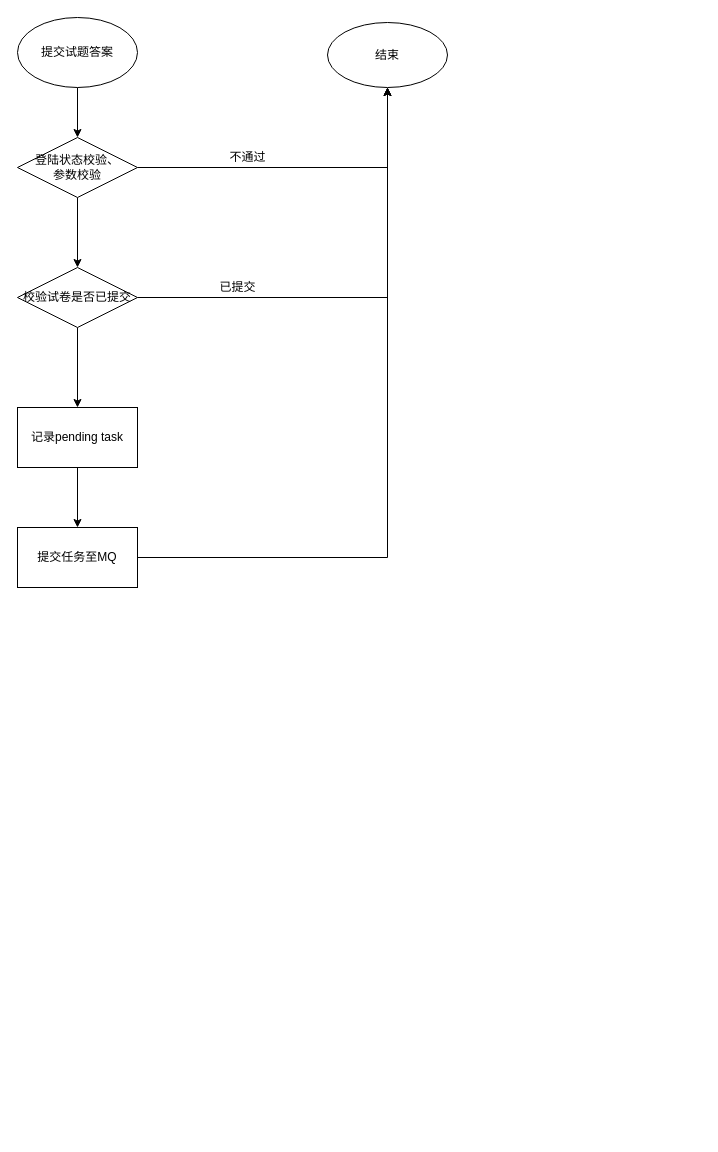
This is 新提交答案.drawio from zhaoShuang1/demo, a draw.io file, before an edit. Source tidied: cells renumbered, new cells numbered last; positions are measured from the earlier drawing's top-left corner, leaving out a move shared by most shapes. Both pictures are drawn from the tidied source at 100%, with x=0, y=0 at pixel (17, 17).
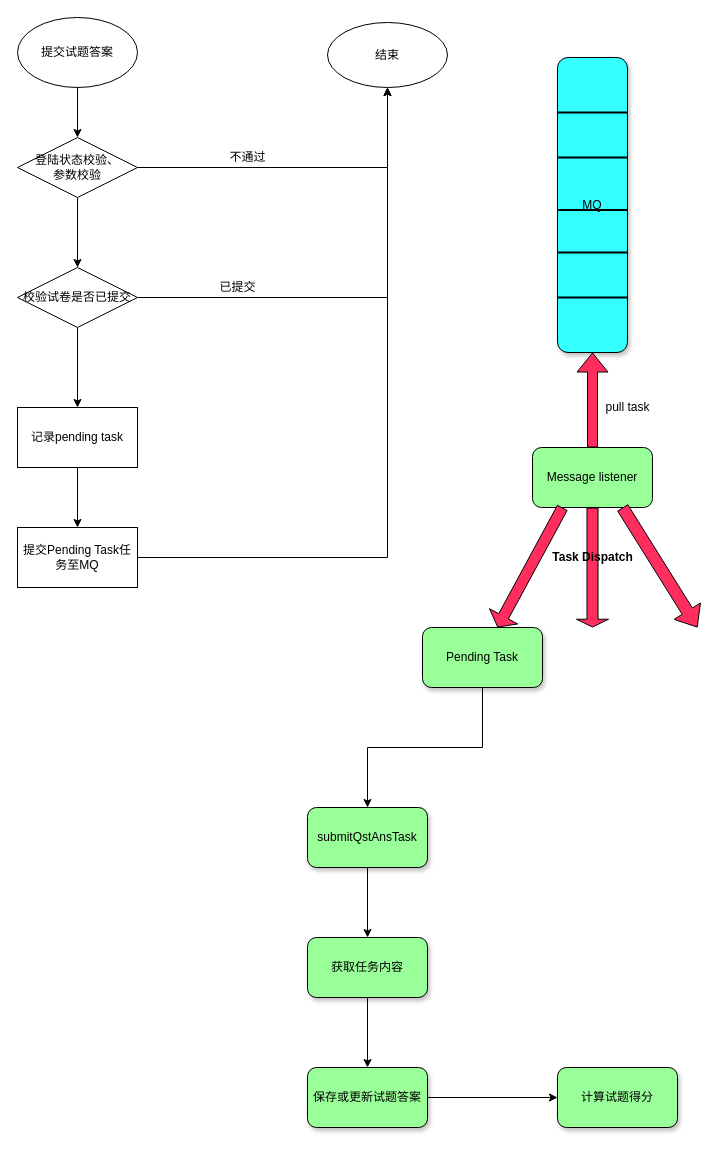
Above is the later version.

Commit message (it also covers changes not shown here):
更新新提交答案.drawio

The edit, as a diff of the source:
```diff
@@
-    <mxCell id="16" value="提交任务至MQ" style="whiteSpace=wrap;html=1;" parent="1" vertex="1">
+    <mxCell id="16" value="提交Pending Task任务至MQ" style="whiteSpace=wrap;html=1;" parent="1" vertex="1">
       <mxGeometry y="510" width="120" height="60" as="geometry" />
     </mxCell>
+    <mxCell id="17" value="MQ" style="rounded=1;whiteSpace=wrap;html=1;shadow=1;fillColor=#33FFFF;" parent="1" vertex="1">
+      <mxGeometry x="540" y="40" width="70" height="295" as="geometry" />
+    </mxCell>
+    <mxCell id="18" style="line;strokeWidth=2;html=1;" parent="1" vertex="1">
+      <mxGeometry x="540" y="90" width="70" height="10" as="geometry" />
+    </mxCell>
+    <mxCell id="19" style="line;strokeWidth=2;html=1;" parent="1" vertex="1">
+      <mxGeometry x="540" y="135" width="70" height="10" as="geometry" />
+    </mxCell>
+    <mxCell id="20" style="line;strokeWidth=2;html=1;" parent="1" vertex="1">
+      <mxGeometry x="540" y="230" width="70" height="10" as="geometry" />
+    </mxCell>
+    <mxCell id="21" style="line;strokeWidth=2;html=1;" parent="1" vertex="1">
+      <mxGeometry x="540" y="275" width="70" height="10" as="geometry" />
+    </mxCell>
+    <mxCell id="22" style="line;strokeWidth=2;html=1;" parent="1" vertex="1">
+      <mxGeometry x="540" y="190" width="70" height="5" as="geometry" />
+    </mxCell>
+    <mxCell id="23" value="Message listener" style="rounded=1;whiteSpace=wrap;html=1;fillColor=#99FF99;" parent="1" vertex="1">
+      <mxGeometry x="515" y="430" width="120" height="60" as="geometry" />
+    </mxCell>
+    <mxCell id="24" style="shape=flexArrow;endArrow=classic;html=1;rounded=0;entryX=0.5;entryY=1;entryDx=0;entryDy=0;exitX=0.5;exitY=0;exitDx=0;exitDy=0;fillColor=#FF2E5F;" parent="1" edge="1" source="23" target="17">
+      <mxGeometry relative="1" as="geometry" />
+    </mxCell>
+    <mxCell id="25" value="pull task" style="text;html=1;align=center;verticalAlign=middle;strokeColor=none;fillColor=none;" parent="1" vertex="1">
+      <mxGeometry x="575" y="375" width="70" height="30" as="geometry" />
+    </mxCell>
+    <mxCell id="26" style="shape=flexArrow;endArrow=classic;html=1;rounded=0;fillColor=#FF2E5F;exitX=0.25;exitY=1;exitDx=0;exitDy=0;width=11;endSize=3.74;" parent="1" edge="1" source="23">
+      <mxGeometry relative="1" as="geometry">
+        <mxPoint x="480" y="610" as="targetPoint" />
+      </mxGeometry>
+    </mxCell>
+    <mxCell id="27" style="shape=flexArrow;endArrow=classic;html=1;rounded=0;fillColor=#FF2E5F;exitX=0.5;exitY=1;exitDx=0;exitDy=0;width=11;endSize=2.26;" parent="1" edge="1" source="23">
+      <mxGeometry relative="1" as="geometry">
+        <mxPoint x="575" y="610" as="targetPoint" />
+      </mxGeometry>
+    </mxCell>
+    <mxCell id="28" style="shape=flexArrow;endArrow=classic;html=1;rounded=0;fillColor=#FF2E5F;exitX=0.75;exitY=1;exitDx=0;exitDy=0;width=12;endSize=5.92;endWidth=18;" parent="1" edge="1" source="23">
+      <mxGeometry relative="1" as="geometry">
+        <mxPoint x="680" y="610" as="targetPoint" />
+      </mxGeometry>
+    </mxCell>
+    <mxCell id="29" value="&lt;b&gt;Task Dispatch&lt;/b&gt;" style="text;html=1;align=center;verticalAlign=middle;strokeColor=none;fillColor=none;" parent="1" vertex="1">
+      <mxGeometry x="525" y="525" width="100" height="30" as="geometry" />
+    </mxCell>
+    <mxCell id="30" style="edgeStyle=orthogonalEdgeStyle;rounded=0;jettySize=auto;html=1;fillColor=#FF2E5F;" parent="1" edge="1" source="31" target="33">
+      <mxGeometry relative="1" as="geometry" />
+    </mxCell>
+    <mxCell id="31" value="Pending Task" style="rounded=1;whiteSpace=wrap;html=1;shadow=1;fillColor=#99FF99;" parent="1" vertex="1">
+      <mxGeometry x="405" y="610" width="120" height="60" as="geometry" />
+    </mxCell>
+    <mxCell id="32" style="edgeStyle=orthogonalEdgeStyle;rounded=0;jettySize=auto;html=1;fillColor=#FF2E5F;" parent="1" edge="1" source="33" target="35">
+      <mxGeometry relative="1" as="geometry" />
+    </mxCell>
+    <mxCell id="33" value="submitQstAnsTask" style="whiteSpace=wrap;html=1;fillColor=#99FF99;rounded=1;shadow=1;" parent="1" vertex="1">
+      <mxGeometry x="290" y="790" width="120" height="60" as="geometry" />
+    </mxCell>
+    <mxCell id="34" style="edgeStyle=orthogonalEdgeStyle;rounded=0;jettySize=auto;html=1;fillColor=#FF2E5F;" parent="1" edge="1" source="35" target="37">
+      <mxGeometry relative="1" as="geometry" />
+    </mxCell>
+    <mxCell id="35" value="获取任务内容" style="whiteSpace=wrap;html=1;fillColor=#99FF99;rounded=1;shadow=1;" parent="1" vertex="1">
+      <mxGeometry x="290" y="920" width="120" height="60" as="geometry" />
+    </mxCell>
+    <mxCell id="36" style="edgeStyle=orthogonalEdgeStyle;rounded=0;jettySize=auto;html=1;fillColor=#FF2E5F;" parent="1" edge="1" source="37" target="38">
+      <mxGeometry relative="1" as="geometry" />
+    </mxCell>
+    <mxCell id="37" value="保存或更新试题答案" style="whiteSpace=wrap;html=1;fillColor=#99FF99;rounded=1;shadow=1;" parent="1" vertex="1">
+      <mxGeometry x="290" y="1050" width="120" height="60" as="geometry" />
+    </mxCell>
+    <mxCell id="38" value="计算试题得分" style="whiteSpace=wrap;html=1;fillColor=#99FF99;rounded=1;shadow=1;" parent="1" vertex="1">
+      <mxGeometry x="540" y="1050" width="120" height="60" as="geometry" />
+    </mxCell>
```
